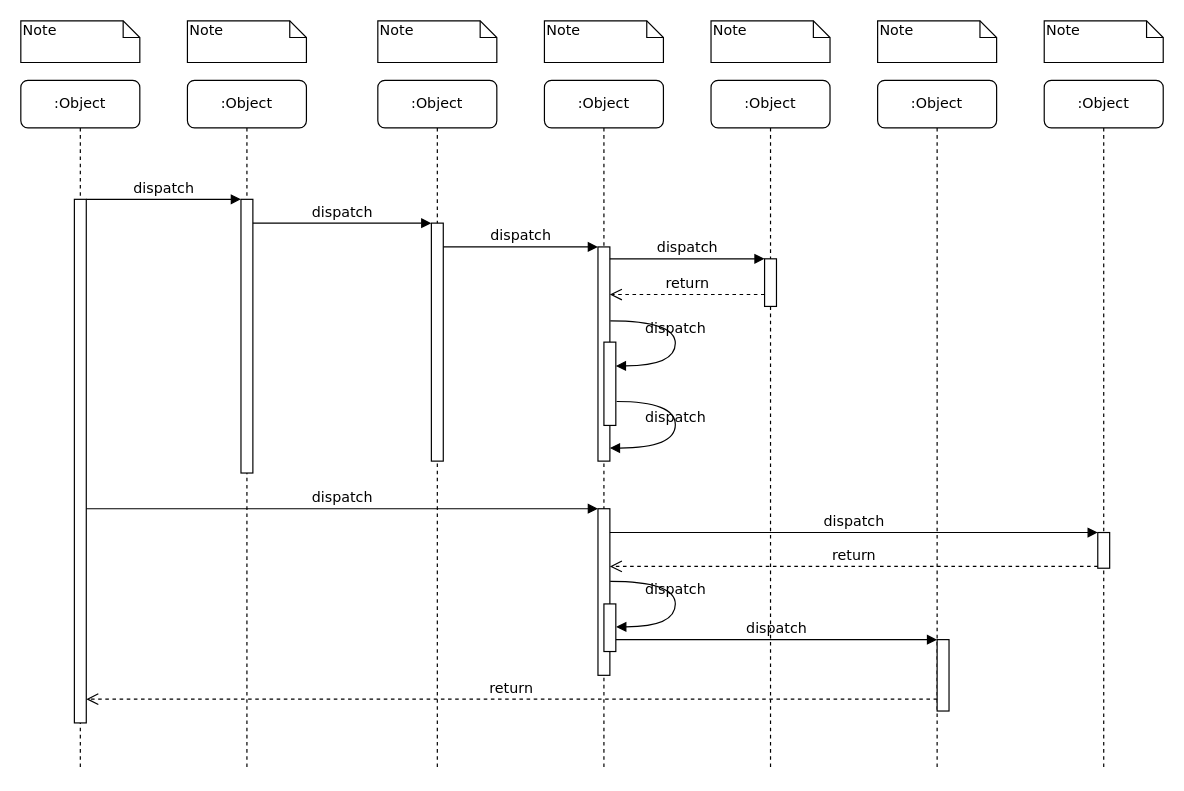
This is 未命名绘图.drawio from baronwei6668/weizhiyuan, a draw.io file, before an edit. Source tidied: cells renumbered, new cells numbered last; positions are measured from the earlier drawing's top-left corner, leaving out a move shared by most shapes. Both pictures are drawn from the tidied source at 119%, with x=0, y=0 at pixel (20, 20).
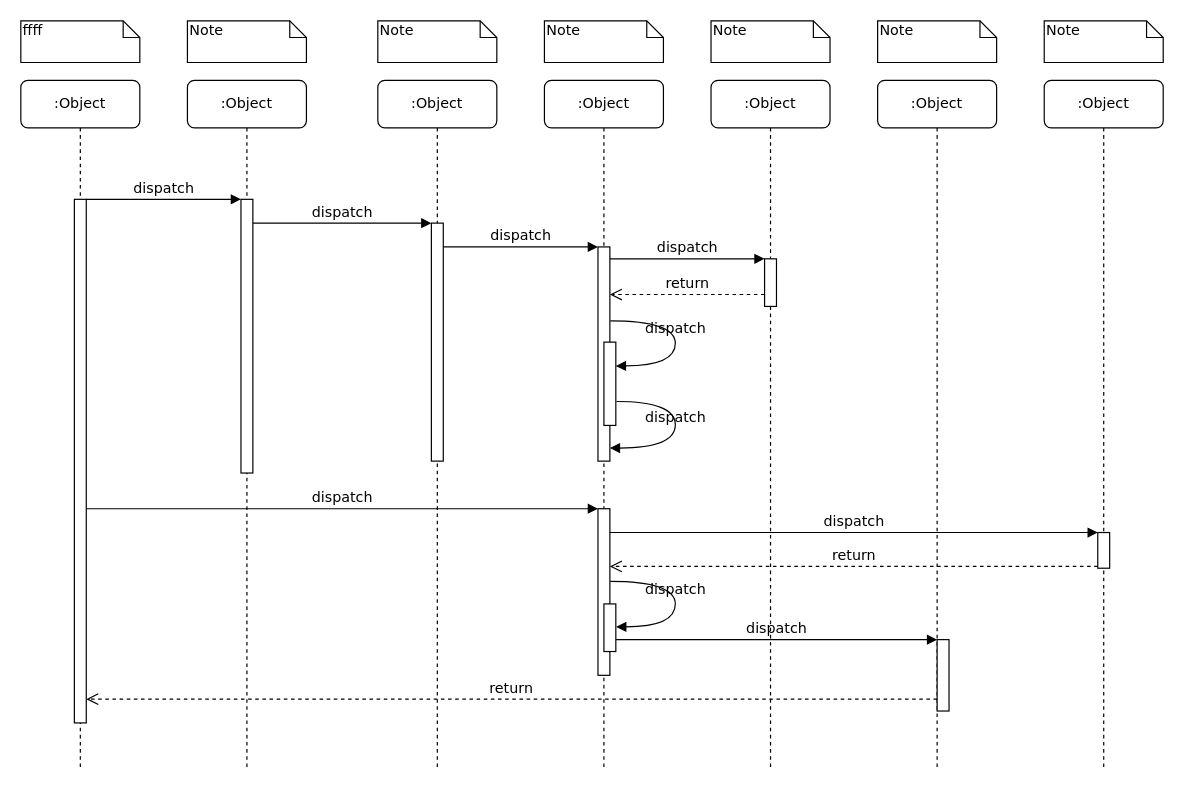
After the change.

Commit message:
更新未命名绘图.drawio

Change to the diagram source:
```diff
@@
-    <mxCell id="32" value="Note" style="shape=note;whiteSpace=wrap;html=1;size=14;verticalAlign=top;align=left;spacingTop=-6;rounded=0;shadow=0;comic=0;labelBackgroundColor=none;strokeWidth=1;fontFamily=Verdana;fontSize=12;" parent="1" vertex="1">
+    <mxCell id="32" value="ffff" style="shape=note;whiteSpace=wrap;html=1;size=14;verticalAlign=top;align=left;spacingTop=-6;rounded=0;shadow=0;comic=0;labelBackgroundColor=none;strokeWidth=1;fontFamily=Verdana;fontSize=12;" parent="1" vertex="1">
       <mxGeometry width="100" height="35" as="geometry" />
     </mxCell>
```
